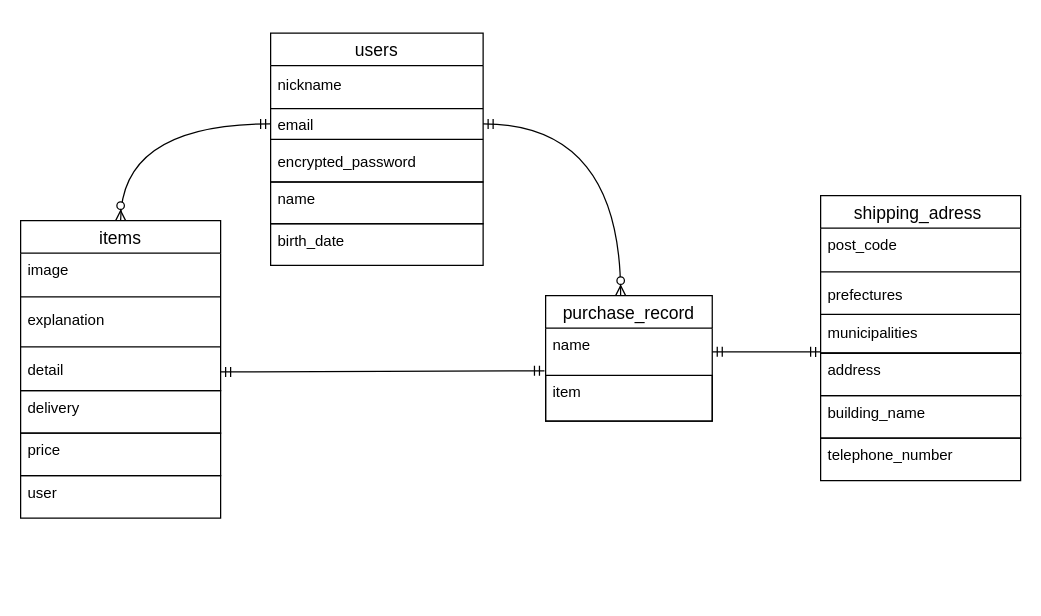
Earlier version of the draw.io diagram furima.dio (fuku0717/furima-39091). Source tidied: cells renumbered, new cells numbered last; positions are measured from the earlier drawing's top-left corner, leaving out a move shared by most shapes. Both pictures are drawn from the tidied source at 125%, with x=0, y=0 at pixel (20, 32).
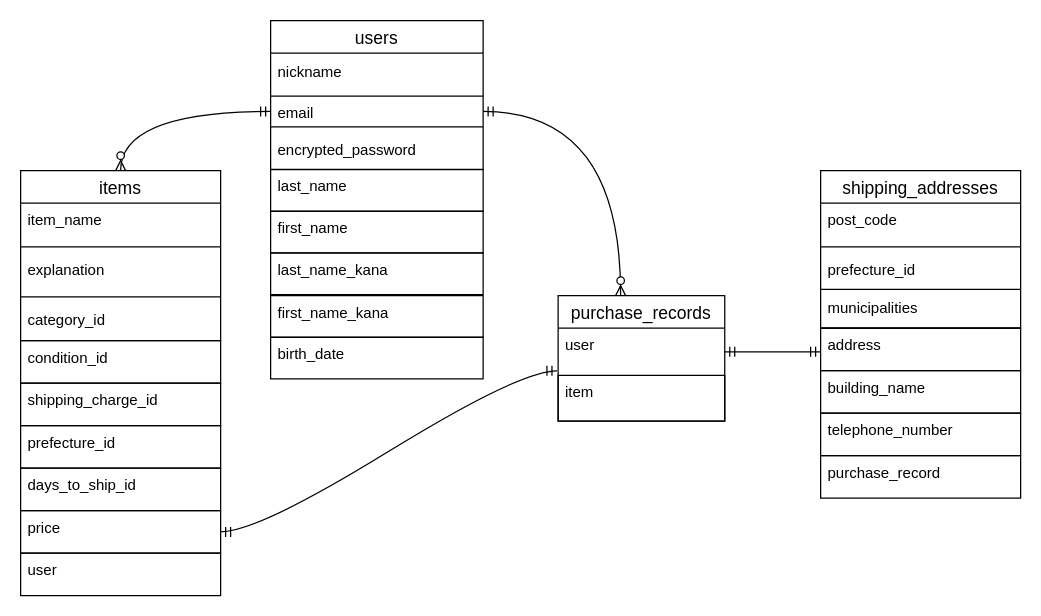
After the change.

Commit message (it also covers changes not shown here):
データベース設計　修正後2

Unchanged cells that the change refers to:
```xml
<mxCell id="11" value="email" style="text;strokeColor=none;fillColor=none;spacingLeft=4;spacingRight=4;overflow=hidden;points=[[0,0.5],[1,0.5]];portConstraint=eastwest;fontSize=12;labelBorderColor=none;align=left;verticalAlign=middle;" parent="8" vertex="1">
  <mxGeometry y="65.2" width="170" height="14.8" as="geometry" />
</mxCell>
<mxCell id="17" value="items" style="swimlane;fontStyle=0;horizontal=1;startSize=26;align=center;fontSize=14;labelBorderColor=none;" parent="16" vertex="1">
  <mxGeometry width="160" height="136" as="geometry" />
</mxCell>
```

The edit, as a diff of the source:
```diff
@@
-    <mxCell id="2" style="group;rotation=90;" parent="1" vertex="1">
-      <mxGeometry x="430" y="170" width="150" height="150" as="geometry" />
-    </mxCell>
-    <mxCell id="3" style="edgeStyle=none;html=1;exitX=0;exitY=0.5;exitDx=0;exitDy=0;entryX=0;entryY=0.5;entryDx=0;entryDy=0;" parent="2" edge="1">
-      <mxGeometry relative="1" as="geometry">
-        <mxPoint as="sourcePoint" />
-        <mxPoint as="targetPoint" />
-      </mxGeometry>
-    </mxCell>
-    <mxCell id="4" value="purchase_record" style="swimlane;fontStyle=0;horizontal=1;startSize=26;align=center;fontSize=14;labelBorderColor=none;strokeColor=default;" parent="2" vertex="1">
-      <mxGeometry x="-10" y="40" width="133.3" height="100.4" as="geometry" />
-    </mxCell>
-    <mxCell id="5" value="name" style="text;strokeColor=none;fillColor=none;spacingLeft=4;spacingRight=4;overflow=hidden;points=[[0,0.5],[1,0.5]];portConstraint=eastwest;fontSize=12;labelBorderColor=none;" parent="4" vertex="1">
-      <mxGeometry y="26" width="133.3" height="37.8" as="geometry" />
-    </mxCell>
-    <mxCell id="6" value="item" style="text;strokeColor=default;fillColor=none;spacingLeft=4;spacingRight=4;overflow=hidden;fontSize=12;labelBorderColor=none;verticalAlign=top;align=left;fontStyle=0;" parent="4" vertex="1">
-      <mxGeometry y="63.8" width="133.3" height="36.6" as="geometry" />
-    </mxCell>
     <mxCell id="7" style="group;" parent="1" vertex="1">
-      <mxGeometry x="200" width="170" height="200" as="geometry" />
+      <mxGeometry x="200" y="-10" width="170" height="219.2" as="geometry" />
     </mxCell>
@@
-    <mxCell id="14" value="name" style="text;strokeColor=default;fillColor=none;spacingLeft=4;spacingRight=4;overflow=hidden;fontSize=12;labelBorderColor=none;verticalAlign=top;align=left;fontStyle=0;" parent="7" vertex="1">
+    <mxCell id="14" value="last_name" style="text;strokeColor=default;fillColor=none;spacingLeft=4;spacingRight=4;overflow=hidden;fontSize=12;labelBorderColor=none;verticalAlign=top;align=left;fontStyle=0;" parent="7" vertex="1">
       <mxGeometry y="119.2" width="170" height="33.3" as="geometry" />
     </mxCell>
+    <mxCell id="41" value="first_name" style="text;strokeColor=default;fillColor=none;spacingLeft=4;spacingRight=4;overflow=hidden;fontSize=12;labelBorderColor=none;verticalAlign=top;align=left;fontStyle=0;" parent="7" vertex="1">
+      <mxGeometry y="152.5" width="170" height="33.3" as="geometry" />
+    </mxCell>
+    <mxCell id="42" value="last_name_kana" style="text;strokeColor=default;fillColor=none;spacingLeft=4;spacingRight=4;overflow=hidden;fontSize=12;labelBorderColor=none;verticalAlign=top;align=left;fontStyle=0;" parent="7" vertex="1">
+      <mxGeometry y="185.9" width="170" height="33.3" as="geometry" />
+    </mxCell>
+    <mxCell id="37" style="edgeStyle=orthogonalEdgeStyle;fontSize=12;html=1;endArrow=ERzeroToMany;startArrow=ERmandOne;elbow=vertical;exitX=1;exitY=0.5;exitDx=0;exitDy=0;curved=1;" parent="1" edge="1" source="11">
+      <mxGeometry relative="1" as="geometry">
+        <mxPoint x="480" y="210" as="targetPoint" />
+      </mxGeometry>
+    </mxCell>
+    <mxCell id="38" style="edgeStyle=orthogonalEdgeStyle;fontSize=12;html=1;endArrow=ERzeroToMany;startArrow=ERmandOne;elbow=vertical;curved=1;exitX=0;exitY=0.5;exitDx=0;exitDy=0;entryX=0.5;entryY=0;entryDx=0;entryDy=0;" parent="1" edge="1" source="11" target="17">
+      <mxGeometry relative="1" as="geometry" />
+    </mxCell>
+    <mxCell id="39" style="fontSize=12;html=1;endArrow=ERmandOne;startArrow=ERmandOne;elbow=vertical;exitX=1;exitY=0.5;exitDx=0;exitDy=0;" parent="1" edge="1" source="5">
+      <mxGeometry relative="1" as="geometry">
+        <mxPoint x="640" y="255" as="targetPoint" />
+      </mxGeometry>
+    </mxCell>
+    <mxCell id="40" style="edgeStyle=entityRelationEdgeStyle;fontSize=12;html=1;endArrow=ERmandOne;startArrow=ERmandOne;curved=1;elbow=vertical;entryX=-0.007;entryY=0.903;entryDx=0;entryDy=0;entryPerimeter=0;exitX=1;exitY=0.5;exitDx=0;exitDy=0;" parent="1" edge="1" source="24" target="5">
+      <mxGeometry relative="1" as="geometry" />
+    </mxCell>
-    <mxCell id="15" value="birth_date" style="text;strokeColor=default;fillColor=none;spacingLeft=4;spacingRight=4;overflow=hidden;fontSize=12;labelBorderColor=none;verticalAlign=top;align=left;fontStyle=0;" parent="7" vertex="1">
-      <mxGeometry y="152.5" width="170" height="33.3" as="geometry" />
+    <mxCell id="15" value="birth_date" style="text;strokeColor=default;fillColor=none;spacingLeft=4;spacingRight=4;overflow=hidden;fontSize=12;labelBorderColor=none;verticalAlign=top;align=left;fontStyle=0;" parent="1" vertex="1">
+      <mxGeometry x="200" y="243.3" width="170" height="33.3" as="geometry" />
     </mxCell>
+    <mxCell id="43" value="first_name_kana" style="text;strokeColor=default;fillColor=none;spacingLeft=4;spacingRight=4;overflow=hidden;fontSize=12;labelBorderColor=none;verticalAlign=top;align=left;fontStyle=0;" parent="1" vertex="1">
+      <mxGeometry x="200" y="210" width="170" height="33.3" as="geometry" />
+    </mxCell>
+    <mxCell id="44" style="group;" parent="1" vertex="1">
+      <mxGeometry y="110" width="160" height="340" as="geometry" />
+    </mxCell>
-    <mxCell id="16" style="group;" parent="1" vertex="1">
-      <mxGeometry y="150" width="160" height="238" as="geometry" />
+    <mxCell id="16" style="group;" parent="44" vertex="1">
+      <mxGeometry width="160" height="238" as="geometry" />
     </mxCell>
@@
-    <mxCell id="18" value="image" style="text;strokeColor=none;fillColor=none;spacingLeft=4;spacingRight=4;overflow=hidden;fontSize=12;labelBorderColor=none;" parent="17" vertex="1">
+    <mxCell id="18" value="item_name" style="text;strokeColor=none;fillColor=none;spacingLeft=4;spacingRight=4;overflow=hidden;fontSize=12;labelBorderColor=none;" parent="17" vertex="1">
       <mxGeometry y="26" width="160" height="30" as="geometry" />
     </mxCell>
@@
-    <mxCell id="22" value="detail" style="text;strokeColor=none;fillColor=none;spacingLeft=4;spacingRight=4;overflow=hidden;points=[[0,0.5],[1,0.5]];portConstraint=eastwest;fontSize=12;labelBorderColor=none;" parent="17" vertex="1">
+    <mxCell id="22" value="category_id" style="text;strokeColor=none;fillColor=none;spacingLeft=4;spacingRight=4;overflow=hidden;points=[[0,0.5],[1,0.5]];portConstraint=eastwest;fontSize=12;labelBorderColor=none;" parent="17" vertex="1">
       <mxGeometry y="106" width="160" height="30" as="geometry" />
     </mxCell>
+    <mxCell id="45" value="condition_id" style="text;strokeColor=default;fillColor=none;spacingLeft=4;spacingRight=4;overflow=hidden;fontSize=12;labelBorderColor=none;verticalAlign=top;align=left;fontStyle=0;" parent="16" vertex="1">
+      <mxGeometry y="136" width="160" height="34" as="geometry" />
+    </mxCell>
+    <mxCell id="46" value="shipping_charge_id" style="text;strokeColor=default;fillColor=none;spacingLeft=4;spacingRight=4;overflow=hidden;fontSize=12;labelBorderColor=none;verticalAlign=top;align=left;fontStyle=0;" parent="16" vertex="1">
+      <mxGeometry y="170" width="160" height="34" as="geometry" />
+    </mxCell>
+    <mxCell id="47" value="prefecture_id" style="text;strokeColor=default;fillColor=none;spacingLeft=4;spacingRight=4;overflow=hidden;fontSize=12;labelBorderColor=none;verticalAlign=top;align=left;fontStyle=0;" parent="16" vertex="1">
+      <mxGeometry y="204" width="160" height="34" as="geometry" />
+    </mxCell>
-    <mxCell id="23" value="delivery" style="text;strokeColor=default;fillColor=none;spacingLeft=4;spacingRight=4;overflow=hidden;fontSize=12;labelBorderColor=none;verticalAlign=top;align=left;fontStyle=0;" parent="16" vertex="1">
-      <mxGeometry y="136" width="160" height="34" as="geometry" />
+    <mxCell id="23" value="days_to_ship_id" style="text;strokeColor=default;fillColor=none;spacingLeft=4;spacingRight=4;overflow=hidden;fontSize=12;labelBorderColor=none;verticalAlign=top;align=left;fontStyle=0;" parent="44" vertex="1">
+      <mxGeometry y="238" width="160" height="34" as="geometry" />
     </mxCell>
+    <mxCell id="25" value="user" style="text;strokeColor=default;fillColor=none;spacingLeft=4;spacingRight=4;overflow=hidden;fontSize=12;labelBorderColor=none;verticalAlign=top;align=left;fontStyle=0;" parent="44" vertex="1">
+      <mxGeometry y="306" width="160" height="34" as="geometry" />
+    </mxCell>
-    <mxCell id="24" value="price" style="text;strokeColor=default;fillColor=none;spacingLeft=4;spacingRight=4;overflow=hidden;points=[[0,0.5],[1,0.5]];portConstraint=eastwest;fontSize=12;labelBorderColor=none;verticalAlign=top;align=left;fontStyle=0;" parent="16" vertex="1">
-      <mxGeometry y="170" width="160" height="34" as="geometry" />
+    <mxCell id="24" value="price" style="text;strokeColor=default;fillColor=none;spacingLeft=4;spacingRight=4;overflow=hidden;points=[[0,0.5],[1,0.5]];portConstraint=eastwest;fontSize=12;labelBorderColor=none;verticalAlign=top;align=left;fontStyle=0;" parent="44" vertex="1">
+      <mxGeometry y="272" width="160" height="34" as="geometry" />
     </mxCell>
-    <mxCell id="25" value="user" style="text;strokeColor=default;fillColor=none;spacingLeft=4;spacingRight=4;overflow=hidden;fontSize=12;labelBorderColor=none;verticalAlign=top;align=left;fontStyle=0;" parent="16" vertex="1">
-      <mxGeometry y="204" width="160" height="34" as="geometry" />
-    </mxCell>
+    <mxCell id="2" style="group;rotation=90;" parent="1" vertex="1">
+      <mxGeometry x="440" y="170" width="150" height="150" as="geometry" />
+    </mxCell>
+    <mxCell id="3" style="edgeStyle=none;html=1;exitX=0;exitY=0.5;exitDx=0;exitDy=0;entryX=0;entryY=0.5;entryDx=0;entryDy=0;" parent="2" edge="1">
+      <mxGeometry relative="1" as="geometry">
+        <mxPoint as="sourcePoint" />
+        <mxPoint as="targetPoint" />
+      </mxGeometry>
+    </mxCell>
+    <mxCell id="4" value="purchase_records" style="swimlane;fontStyle=0;horizontal=1;startSize=26;align=center;fontSize=14;labelBorderColor=none;strokeColor=default;" parent="2" vertex="1">
+      <mxGeometry x="-10" y="40" width="133.3" height="100.4" as="geometry" />
+    </mxCell>
+    <mxCell id="5" value="user" style="text;strokeColor=none;fillColor=none;spacingLeft=4;spacingRight=4;overflow=hidden;points=[[0,0.5],[1,0.5]];portConstraint=eastwest;fontSize=12;labelBorderColor=none;" parent="4" vertex="1">
+      <mxGeometry y="26" width="133.3" height="37.8" as="geometry" />
+    </mxCell>
+    <mxCell id="6" value="item" style="text;strokeColor=default;fillColor=none;spacingLeft=4;spacingRight=4;overflow=hidden;fontSize=12;labelBorderColor=none;verticalAlign=top;align=left;fontStyle=0;" parent="4" vertex="1">
+      <mxGeometry y="63.8" width="133.3" height="36.6" as="geometry" />
+    </mxCell>
+    <mxCell id="48" style="group;" parent="1" vertex="1">
+      <mxGeometry x="640" y="110" width="160" height="262" as="geometry" />
+    </mxCell>
-    <mxCell id="26" style="group;" parent="1" vertex="1">
-      <mxGeometry x="640" y="130" width="160" height="228" as="geometry" />
+    <mxCell id="26" style="group;" parent="48" vertex="1">
+      <mxGeometry width="160" height="228" as="geometry" />
     </mxCell>
-    <mxCell id="27" value="shipping_adress " style="swimlane;fontStyle=0;horizontal=1;startSize=26;align=center;fontSize=14;labelBorderColor=none;strokeColor=default;" parent="26" vertex="1">
+    <mxCell id="27" value="shipping_addresses" style="swimlane;fontStyle=0;horizontal=1;startSize=26;align=center;fontSize=14;labelBorderColor=none;strokeColor=default;" parent="26" vertex="1">
       <mxGeometry width="160" height="126" as="geometry" />
     </mxCell>
@@
-    <mxCell id="30" value="prefectures" style="text;strokeColor=none;fillColor=none;spacingLeft=4;spacingRight=4;overflow=hidden;fontSize=12;labelBorderColor=none;" parent="27" vertex="1">
+    <mxCell id="30" value="prefecture_id" style="text;strokeColor=none;fillColor=none;spacingLeft=4;spacingRight=4;overflow=hidden;fontSize=12;labelBorderColor=none;" parent="27" vertex="1">
       <mxGeometry y="66" width="160" height="30" as="geometry" />
     </mxCell>
@@
-    <mxCell id="37" style="edgeStyle=orthogonalEdgeStyle;fontSize=12;html=1;endArrow=ERzeroToMany;startArrow=ERmandOne;elbow=vertical;exitX=1;exitY=0.5;exitDx=0;exitDy=0;curved=1;" parent="1" edge="1" source="11">
-      <mxGeometry relative="1" as="geometry">
-        <mxPoint x="480" y="210" as="targetPoint" />
-      </mxGeometry>
-    </mxCell>
-    <mxCell id="38" style="edgeStyle=orthogonalEdgeStyle;fontSize=12;html=1;endArrow=ERzeroToMany;startArrow=ERmandOne;elbow=vertical;curved=1;exitX=0;exitY=0.5;exitDx=0;exitDy=0;entryX=0.5;entryY=0;entryDx=0;entryDy=0;" parent="1" edge="1" source="11" target="17">
-      <mxGeometry relative="1" as="geometry" />
-    </mxCell>
-    <mxCell id="39" style="fontSize=12;html=1;endArrow=ERmandOne;startArrow=ERmandOne;elbow=vertical;exitX=1;exitY=0.5;exitDx=0;exitDy=0;" parent="1" edge="1" source="5">
-      <mxGeometry relative="1" as="geometry">
-        <mxPoint x="640" y="255" as="targetPoint" />
-      </mxGeometry>
-    </mxCell>
-    <mxCell id="40" style="edgeStyle=entityRelationEdgeStyle;fontSize=12;html=1;endArrow=ERmandOne;startArrow=ERmandOne;curved=1;elbow=vertical;entryX=-0.007;entryY=0.903;entryDx=0;entryDy=0;entryPerimeter=0;exitX=1;exitY=0.5;exitDx=0;exitDy=0;" parent="1" edge="1" source="22" target="5">
-      <mxGeometry relative="1" as="geometry" />
-    </mxCell>
+    <mxCell id="49" value="purchase_record" style="text;strokeColor=default;fillColor=none;spacingLeft=4;spacingRight=4;overflow=hidden;fontSize=12;labelBorderColor=none;verticalAlign=top;align=left;fontStyle=0;" parent="48" vertex="1">
+      <mxGeometry y="228" width="160" height="34" as="geometry" />
+    </mxCell>
```
